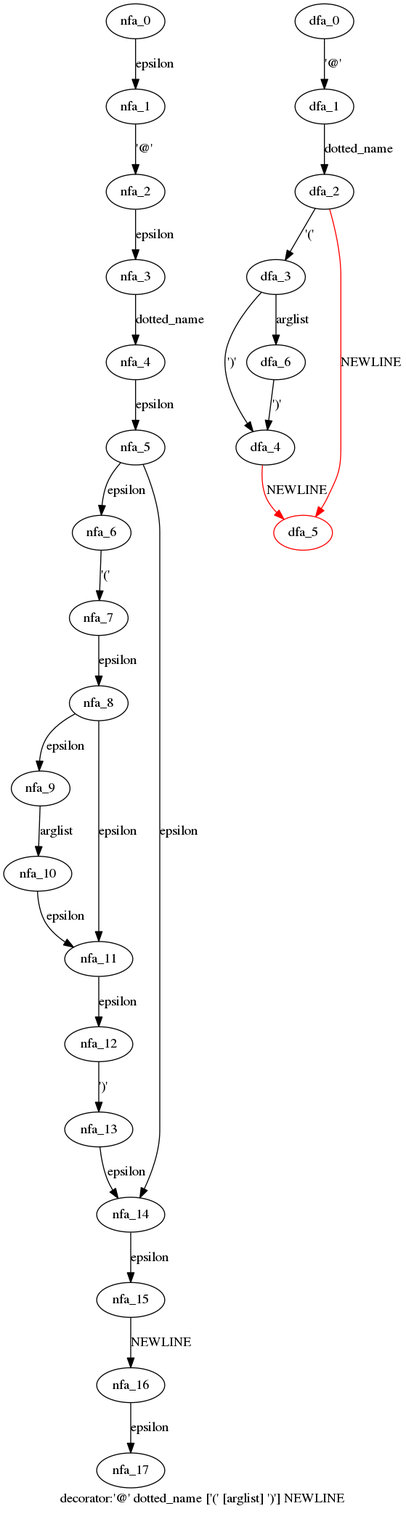
Before: cpython/grammar/handwrite/nfa_dfas/3.decorator.dot.png, a diagram exported from Graphviz (WinChua/blog). Its source is kept beside it as cpython/grammar/handwrite/nfa_dfas/3.decorator.dot.
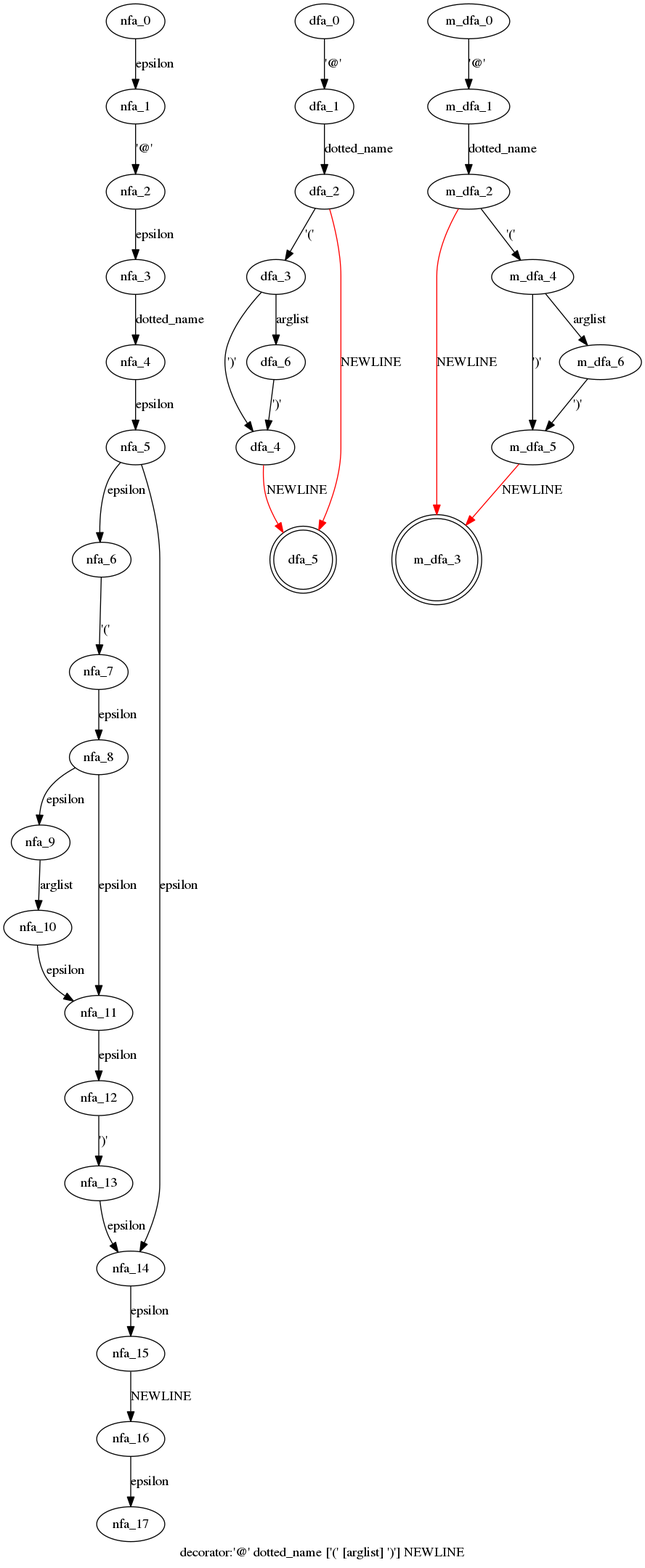
After the commit.

Change to the diagram source:
```diff
@@ -30,6 +30,17 @@
   dfa_3->dfa_6[label="arglist"]
   dfa_6->dfa_4[label="')'"]
   dfa_2->dfa_5[label="NEWLINE",color=red]
-  dfa_5[color=red]
+  dfa_5[shape=doublecircle]
+  }
+ subgraph decorator_m_dfa {
+  m_dfa_0->m_dfa_1[label="'@'"]
+  m_dfa_1->m_dfa_2[label="dotted_name"]
+  m_dfa_2->m_dfa_3[label="NEWLINE",color=red]
+  m_dfa_2->m_dfa_4[label="'('"]
+  m_dfa_4->m_dfa_5[label="')'"]
+  m_dfa_5->m_dfa_3[label="NEWLINE",color=red]
+  m_dfa_4->m_dfa_6[label="arglist"]
+  m_dfa_6->m_dfa_5[label="')'"]
+  m_dfa_3[shape=doublecircle]
   }
 }
```
